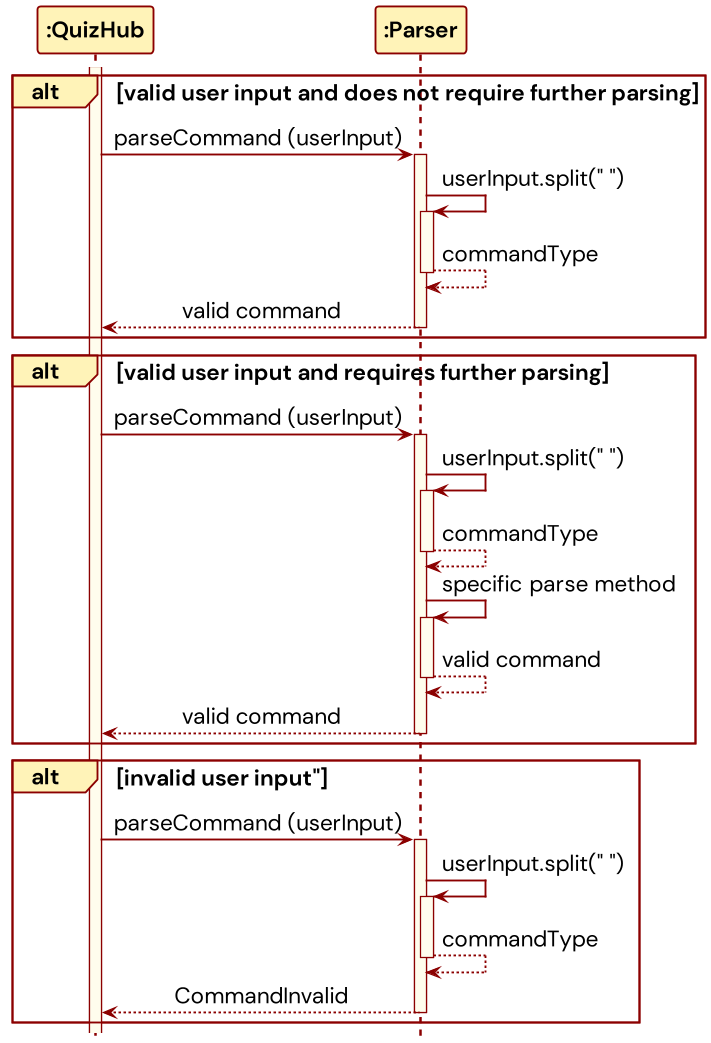
This is docs/UML/Images/parser.png from nus-cs2113-AY2324S1/tp, a PlantUML export, as it was before one commit. Its source is kept beside it as docs/UML/Puml/parser.puml. The source it was exported from:
```plantuml
@startuml
!include Style.puml
participant ":QuizHub" as QuizHub
participant ":Parser" as Parser

activate QuizHub

alt valid user input and does not require further parsing
    QuizHub -> Parser: parseCommand (userInput)
    activate Parser
    Parser -> Parser: userInput.split(" ")
    activate Parser
    Parser --> Parser: commandType
    deactivate Parser
    Parser --> QuizHub: valid command
    deactivate Parser
end

alt valid user input and requires further parsing
QuizHub -> Parser: parseCommand (userInput)
    activate Parser
    Parser -> Parser: userInput.split(" ")
    activate Parser
    Parser --> Parser: commandType
    deactivate Parser
    Parser -> Parser: specific  parse method
    activate Parser
    Parser --> Parser: valid command
    deactivate Parser
    Parser --> QuizHub: valid command
    deactivate Parser

end

alt invalid user input"
    QuizHub -> Parser: parseCommand (userInput)
    activate Parser
    Parser -> Parser: userInput.split(" ")
    activate Parser
    Parser --> Parser: commandType
    deactivate Parser
    Parser --> QuizHub: CommandInvalid
    deactivate Parser
end

@enduml
```
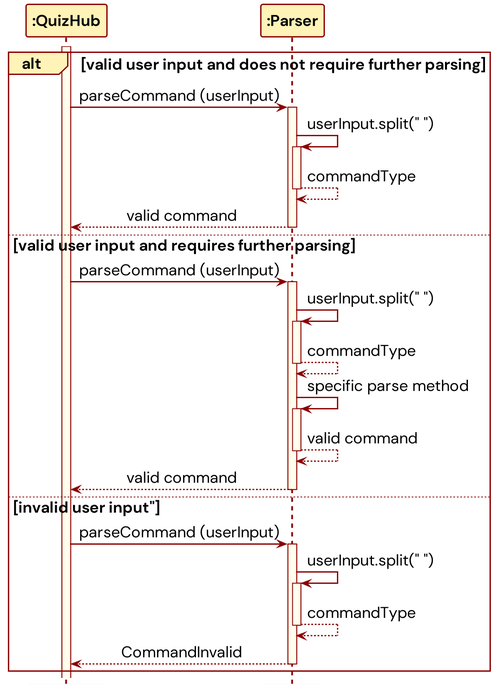
The same diagram one commit later.

What changed in the source:
```diff
@@ -14,25 +14,22 @@
     deactivate Parser
     Parser --> QuizHub: valid command
     deactivate Parser
-end
 
-alt valid user input and requires further parsing
+else valid user input and requires further parsing
 QuizHub -> Parser: parseCommand (userInput)
     activate Parser
     Parser -> Parser: userInput.split(" ")
     activate Parser
     Parser --> Parser: commandType
     deactivate Parser
-    Parser -> Parser: specific  parse method
+    Parser -> Parser: specific parse method
     activate Parser
     Parser --> Parser: valid command
     deactivate Parser
     Parser --> QuizHub: valid command
     deactivate Parser
 
-end
-
-alt invalid user input"
+else invalid user input"
     QuizHub -> Parser: parseCommand (userInput)
     activate Parser
     Parser -> Parser: userInput.split(" ")
```
